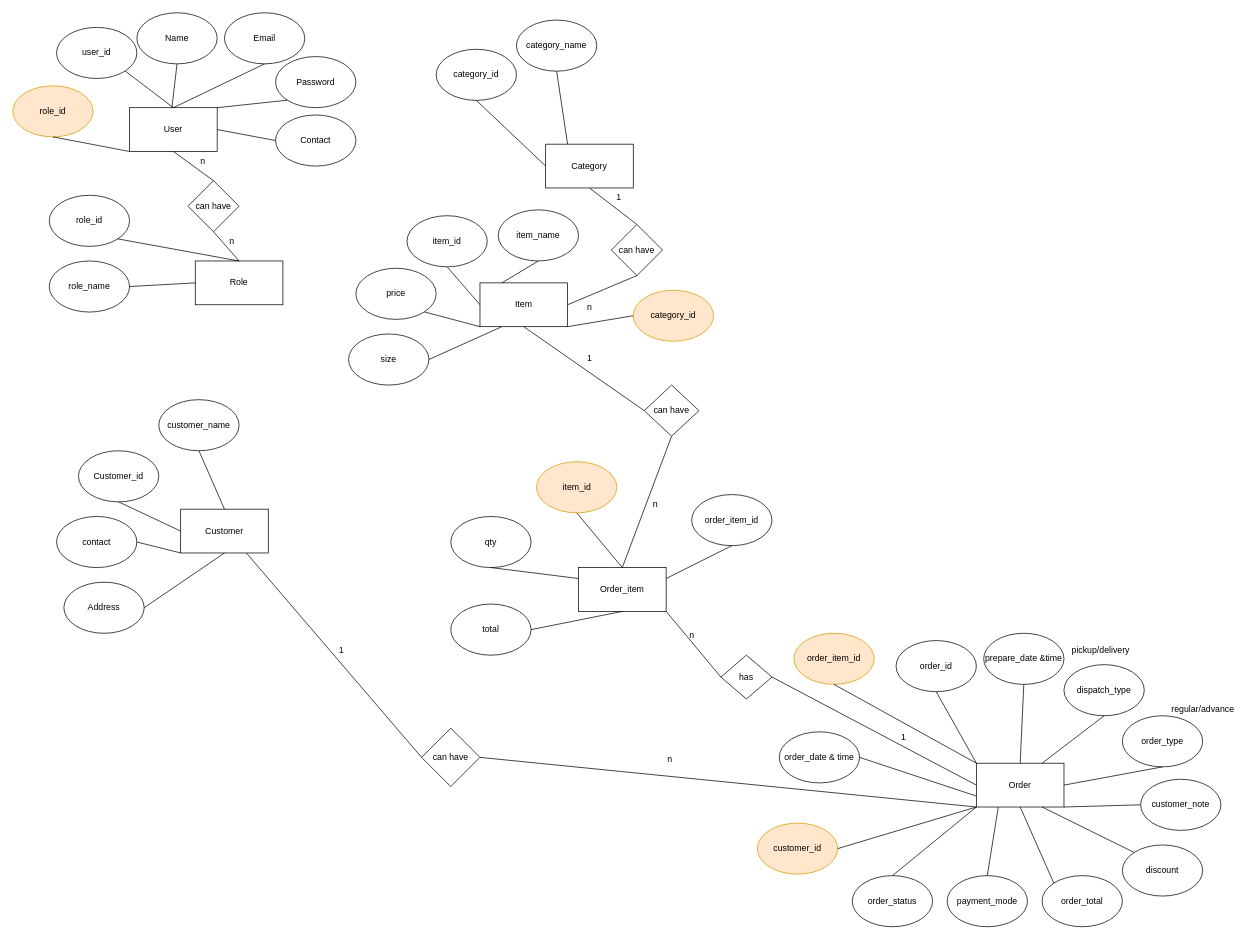
This is ROMS.drawio from patelnirzar/restaurant-order-management-system, a draw.io file, before an edit. Source tidied: cells renumbered, new cells numbered last; positions are measured from the earlier drawing's top-left corner, leaving out a move shared by most shapes. Both pictures are drawn from the tidied source at 73%, with x=0, y=0 at pixel (12, 12).
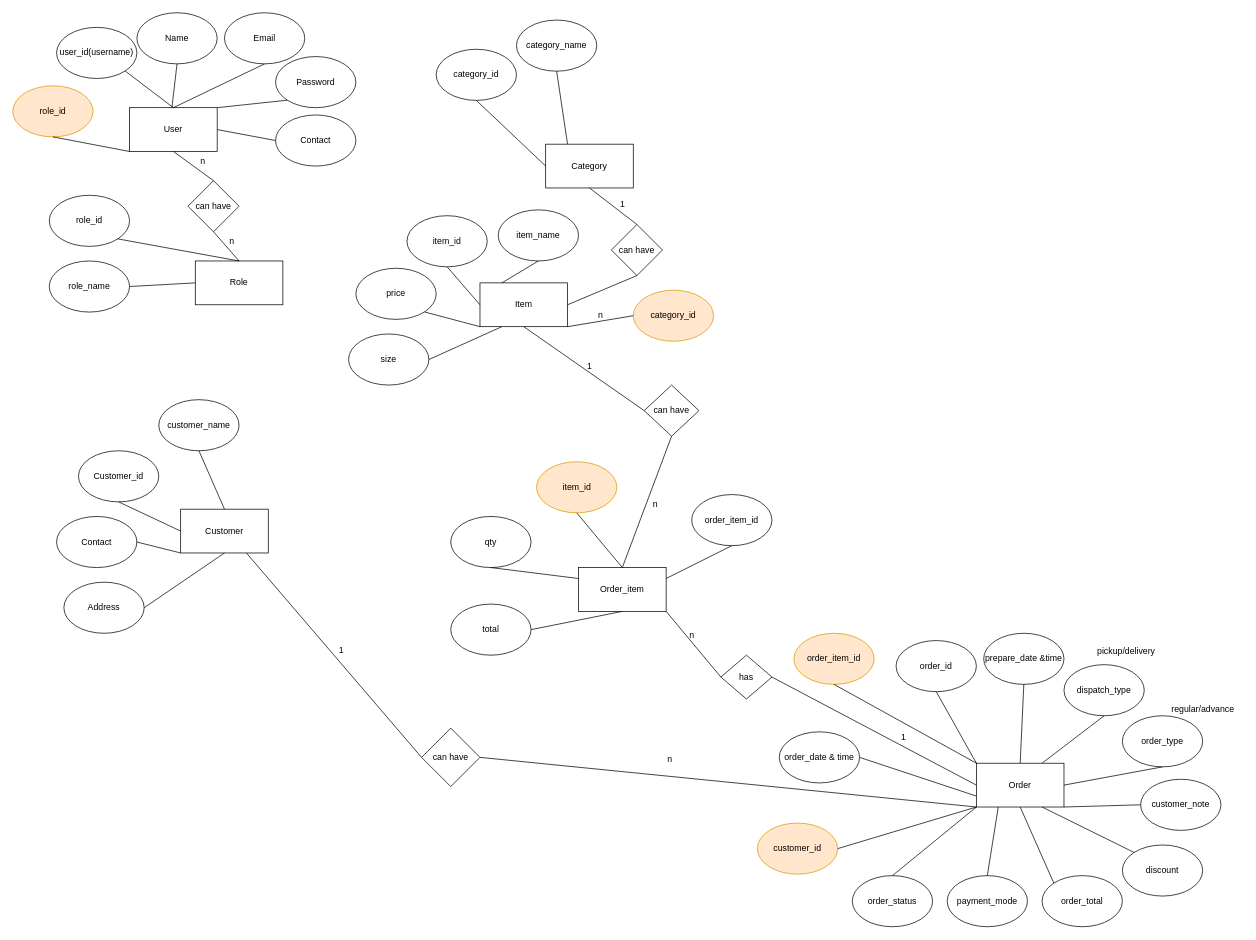
After the change.

Diff of the diagram source:
```diff
@@
-    <mxCell id="3" value="user_id" style="ellipse;whiteSpace=wrap;html=1;" parent="1" vertex="1">
+    <mxCell id="3" value="user_id(username)" style="ellipse;whiteSpace=wrap;html=1;" parent="1" vertex="1">
       <mxGeometry x="60" y="20" width="110" height="70" as="geometry" />
     </mxCell>
@@
     <mxCell id="38" value="1" style="text;html=1;align=center;verticalAlign=middle;strokeColor=none;fillColor=none;" parent="1" vertex="1">
-      <mxGeometry x="815" y="238" width="30" height="30" as="geometry" />
+      <mxGeometry x="820" y="248" width="30" height="30" as="geometry" />
     </mxCell>
     <mxCell id="39" value="n" style="text;html=1;align=center;verticalAlign=middle;strokeColor=none;fillColor=none;" parent="1" vertex="1">
-      <mxGeometry x="775" y="388" width="30" height="30" as="geometry" />
+      <mxGeometry x="790" y="400" width="30" height="30" as="geometry" />
     </mxCell>
@@
-    <mxCell id="51" value="contact" style="ellipse;whiteSpace=wrap;html=1;" parent="1" vertex="1">
+    <mxCell id="51" value="Contact" style="ellipse;whiteSpace=wrap;html=1;" parent="1" vertex="1">
       <mxGeometry x="60" y="690" width="110" height="70" as="geometry" />
     </mxCell>
@@
     <mxCell id="73" value="1" style="text;html=1;align=center;verticalAlign=middle;strokeColor=none;fillColor=none;" parent="1" vertex="1">
-      <mxGeometry x="775" y="458" width="30" height="30" as="geometry" />
+      <mxGeometry x="775" y="470" width="30" height="30" as="geometry" />
     </mxCell>
@@
     <mxCell id="87" value="pickup/delivery" style="text;html=1;align=center;verticalAlign=middle;strokeColor=none;fillColor=none;" parent="1" vertex="1">
-      <mxGeometry x="1440" y="858" width="100" height="30" as="geometry" />
+      <mxGeometry x="1475" y="860" width="100" height="30" as="geometry" />
     </mxCell>
```
